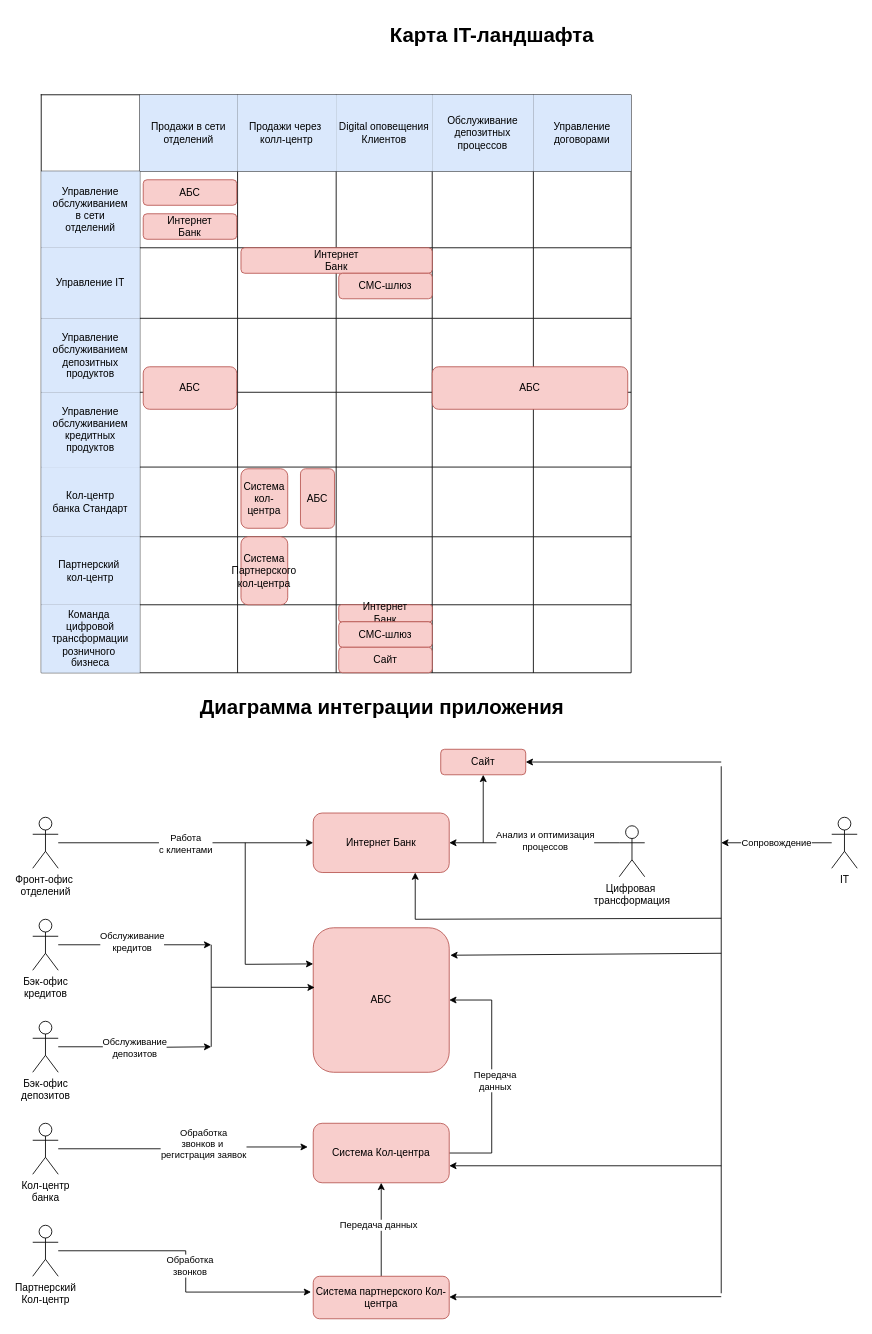
Earlier version of the draw.io diagram task1/itmap.drawio (vladmsnk/architecture-sprint-9). Source tidied: cells renumbered, new cells numbered last; positions are measured from the earlier drawing's top-left corner, leaving out a move shared by most shapes. Both pictures are drawn from the tidied source at 85%, with x=0, y=0 at pixel (32, 18).
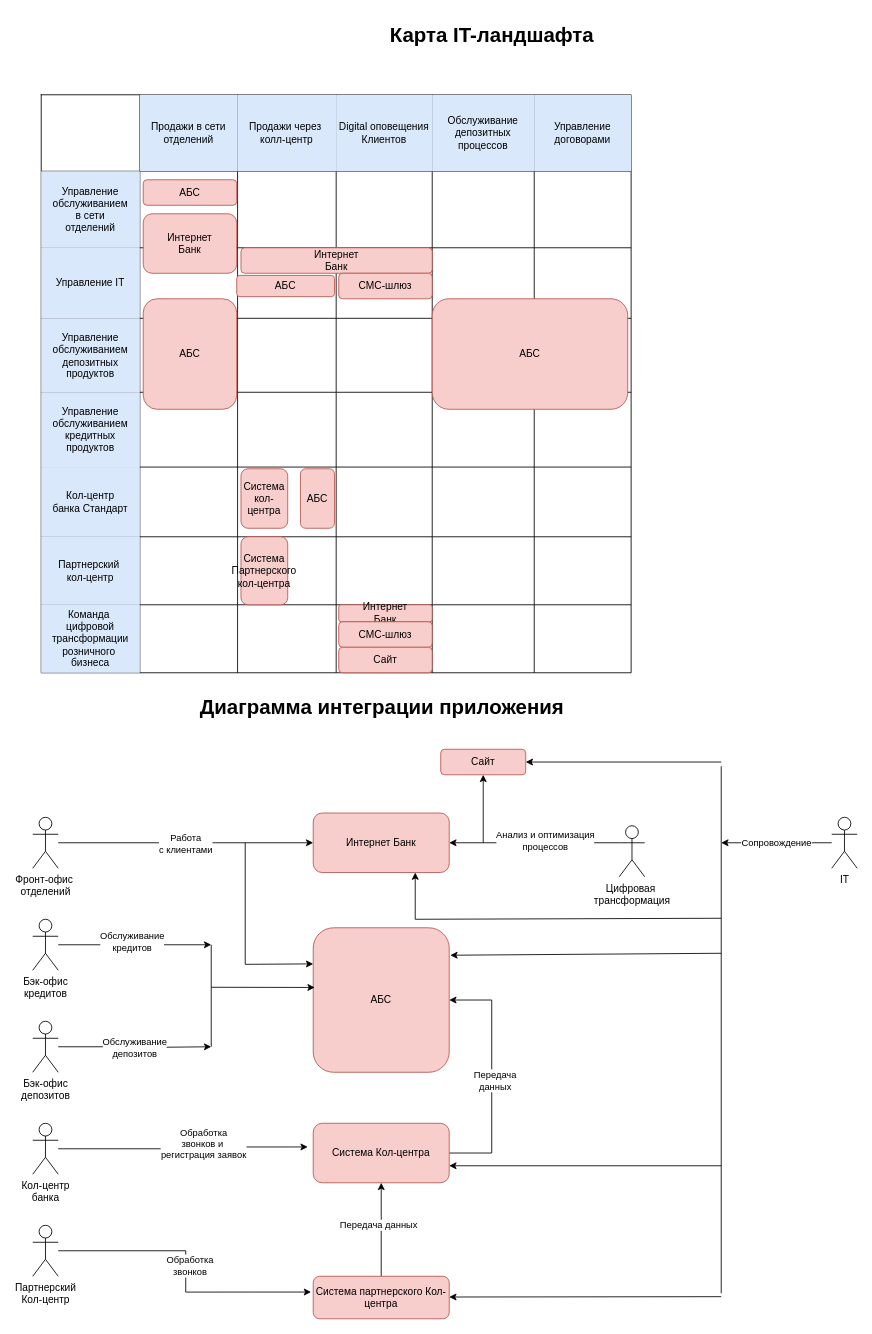
The same page after the edit.

Unchanged cells that the change refers to:
```xml
<mxCell id="4" style="shape=tableRow;horizontal=0;startSize=0;swimlaneHead=0;swimlaneBody=0;strokeColor=inherit;top=0;left=0;bottom=0;right=0;fillColor=none;" parent="3" vertex="1">
  <mxGeometry width="694" height="90" as="geometry" />
</mxCell>
<mxCell id="11" style="shape=tableRow;horizontal=0;startSize=0;swimlaneHead=0;swimlaneBody=0;strokeColor=inherit;top=0;left=0;bottom=0;right=0;fillColor=none;" parent="3" vertex="1">
  <mxGeometry y="90" width="694" height="90" as="geometry" />
</mxCell>
<mxCell id="18" style="shape=tableRow;horizontal=0;startSize=0;swimlaneHead=0;swimlaneBody=0;strokeColor=inherit;top=0;left=0;bottom=0;right=0;fillColor=none;" parent="3" vertex="1">
  <mxGeometry y="180" width="694" height="83" as="geometry" />
</mxCell>
<mxCell id="25" style="shape=tableRow;horizontal=0;startSize=0;swimlaneHead=0;swimlaneBody=0;strokeColor=inherit;top=0;left=0;bottom=0;right=0;fillColor=none;" parent="3" vertex="1">
  <mxGeometry y="263" width="694" height="87" as="geometry" />
</mxCell>
<mxCell id="32" style="shape=tableRow;horizontal=0;startSize=0;swimlaneHead=0;swimlaneBody=0;strokeColor=inherit;top=0;left=0;bottom=0;right=0;fillColor=none;" parent="3" vertex="1">
  <mxGeometry y="350" width="694" height="88" as="geometry" />
</mxCell>
<mxCell id="39" style="shape=tableRow;horizontal=0;startSize=0;swimlaneHead=0;swimlaneBody=0;strokeColor=inherit;top=0;left=0;bottom=0;right=0;fillColor=none;" parent="3" vertex="1">
  <mxGeometry y="438" width="694" height="82" as="geometry" />
</mxCell>
<mxCell id="46" style="shape=tableRow;horizontal=0;startSize=0;swimlaneHead=0;swimlaneBody=0;strokeColor=inherit;top=0;left=0;bottom=0;right=0;fillColor=none;" parent="3" vertex="1">
  <mxGeometry y="520" width="694" height="80" as="geometry" />
</mxCell>
<mxCell id="53" style="shape=tableRow;horizontal=0;startSize=0;swimlaneHead=0;swimlaneBody=0;strokeColor=inherit;top=0;left=0;bottom=0;right=0;fillColor=none;" parent="3" vertex="1">
  <mxGeometry y="600" width="694" height="80" as="geometry" />
</mxCell>
```

What changed in the source:
```diff
@@
     <mxCell id="9" value="Обслуживание&lt;div&gt;депозитных&lt;/div&gt;&lt;div&gt;процессов&lt;/div&gt;" style="shape=partialRectangle;html=1;whiteSpace=wrap;strokeColor=#6c8ebf;overflow=hidden;fillColor=#dae8fc;top=0;left=0;bottom=0;right=0;" parent="4" vertex="1">
-      <mxGeometry x="460" width="119" height="90" as="geometry" />
+      <mxGeometry x="460" width="120" height="90" as="geometry" />
     </mxCell>
     <mxCell id="10" value="Управление&lt;div&gt;договорами&lt;/div&gt;" style="shape=partialRectangle;html=1;whiteSpace=wrap;strokeColor=#6c8ebf;overflow=hidden;fillColor=#dae8fc;top=0;left=0;bottom=0;right=0;" parent="4" vertex="1">
-      <mxGeometry x="579" width="115" height="90" as="geometry" />
+      <mxGeometry x="580" width="114" height="90" as="geometry" />
     </mxCell>
@@
     <mxCell id="16" style="shape=partialRectangle;html=1;whiteSpace=wrap;strokeColor=inherit;overflow=hidden;fillColor=none;top=0;left=0;bottom=0;right=0;" parent="11" vertex="1">
-      <mxGeometry x="460" width="119" height="90" as="geometry" />
+      <mxGeometry x="460" width="120" height="90" as="geometry" />
     </mxCell>
     <mxCell id="17" style="shape=partialRectangle;html=1;whiteSpace=wrap;strokeColor=inherit;overflow=hidden;fillColor=none;top=0;left=0;bottom=0;right=0;" parent="11" vertex="1">
-      <mxGeometry x="579" width="115" height="90" as="geometry" />
+      <mxGeometry x="580" width="114" height="90" as="geometry" />
     </mxCell>
@@
     <mxCell id="23" style="shape=partialRectangle;html=1;whiteSpace=wrap;strokeColor=inherit;overflow=hidden;fillColor=none;top=0;left=0;bottom=0;right=0;" parent="18" vertex="1">
-      <mxGeometry x="460" width="119" height="83" as="geometry" />
+      <mxGeometry x="460" width="120" height="83" as="geometry" />
     </mxCell>
     <mxCell id="24" style="shape=partialRectangle;html=1;whiteSpace=wrap;strokeColor=inherit;overflow=hidden;fillColor=none;top=0;left=0;bottom=0;right=0;" parent="18" vertex="1">
-      <mxGeometry x="579" width="115" height="83" as="geometry" />
+      <mxGeometry x="580" width="114" height="83" as="geometry" />
     </mxCell>
@@
     <mxCell id="30" style="shape=partialRectangle;html=1;whiteSpace=wrap;strokeColor=inherit;overflow=hidden;fillColor=none;top=0;left=0;bottom=0;right=0;" parent="25" vertex="1">
-      <mxGeometry x="460" width="119" height="87" as="geometry" />
+      <mxGeometry x="460" width="120" height="87" as="geometry" />
     </mxCell>
     <mxCell id="31" style="shape=partialRectangle;html=1;whiteSpace=wrap;strokeColor=inherit;overflow=hidden;fillColor=none;top=0;left=0;bottom=0;right=0;" parent="25" vertex="1">
-      <mxGeometry x="579" width="115" height="87" as="geometry" />
+      <mxGeometry x="580" width="114" height="87" as="geometry" />
     </mxCell>
@@
     <mxCell id="37" style="shape=partialRectangle;html=1;whiteSpace=wrap;strokeColor=inherit;overflow=hidden;fillColor=none;top=0;left=0;bottom=0;right=0;" parent="32" vertex="1">
-      <mxGeometry x="460" width="119" height="88" as="geometry" />
+      <mxGeometry x="460" width="120" height="88" as="geometry" />
     </mxCell>
     <mxCell id="38" style="shape=partialRectangle;html=1;whiteSpace=wrap;strokeColor=inherit;overflow=hidden;fillColor=none;top=0;left=0;bottom=0;right=0;" parent="32" vertex="1">
-      <mxGeometry x="579" width="115" height="88" as="geometry" />
+      <mxGeometry x="580" width="114" height="88" as="geometry" />
     </mxCell>
@@
     <mxCell id="44" style="shape=partialRectangle;html=1;whiteSpace=wrap;strokeColor=inherit;overflow=hidden;fillColor=none;top=0;left=0;bottom=0;right=0;" parent="39" vertex="1">
-      <mxGeometry x="460" width="119" height="82" as="geometry" />
+      <mxGeometry x="460" width="120" height="82" as="geometry" />
     </mxCell>
     <mxCell id="45" style="shape=partialRectangle;html=1;whiteSpace=wrap;strokeColor=inherit;overflow=hidden;fillColor=none;top=0;left=0;bottom=0;right=0;" parent="39" vertex="1">
-      <mxGeometry x="579" width="115" height="82" as="geometry" />
+      <mxGeometry x="580" width="114" height="82" as="geometry" />
     </mxCell>
@@
     <mxCell id="51" style="shape=partialRectangle;html=1;whiteSpace=wrap;strokeColor=inherit;overflow=hidden;fillColor=none;top=0;left=0;bottom=0;right=0;" parent="46" vertex="1">
-      <mxGeometry x="460" width="119" height="80" as="geometry" />
+      <mxGeometry x="460" width="120" height="80" as="geometry" />
     </mxCell>
     <mxCell id="52" style="shape=partialRectangle;html=1;whiteSpace=wrap;strokeColor=inherit;overflow=hidden;fillColor=none;top=0;left=0;bottom=0;right=0;" parent="46" vertex="1">
-      <mxGeometry x="579" width="115" height="80" as="geometry" />
+      <mxGeometry x="580" width="114" height="80" as="geometry" />
     </mxCell>
@@
     <mxCell id="58" style="shape=partialRectangle;html=1;whiteSpace=wrap;strokeColor=inherit;overflow=hidden;fillColor=none;top=0;left=0;bottom=0;right=0;" parent="53" vertex="1">
-      <mxGeometry x="460" width="119" height="80" as="geometry" />
+      <mxGeometry x="460" width="120" height="80" as="geometry" />
     </mxCell>
     <mxCell id="59" style="shape=partialRectangle;html=1;whiteSpace=wrap;strokeColor=inherit;overflow=hidden;fillColor=none;top=0;left=0;bottom=0;right=0;" parent="53" vertex="1">
-      <mxGeometry x="579" width="115" height="80" as="geometry" />
+      <mxGeometry x="580" width="114" height="80" as="geometry" />
     </mxCell>
@@
     <mxCell id="61" value="АБС" style="rounded=1;whiteSpace=wrap;html=1;fillColor=#f8cecc;strokeColor=#b85450;" parent="1" vertex="1">
-      <mxGeometry x="130" y="410" width="110" height="50" as="geometry" />
+      <mxGeometry x="130" y="330" width="110" height="130" as="geometry" />
     </mxCell>
@@
     <mxCell id="66" value="АБС" style="rounded=1;whiteSpace=wrap;html=1;fillColor=#f8cecc;strokeColor=#b85450;" parent="1" vertex="1">
-      <mxGeometry x="470" y="410" width="230" height="50" as="geometry" />
+      <mxGeometry x="470" y="330" width="230" height="130" as="geometry" />
     </mxCell>
@@
     <mxCell id="87" value="Интернет&lt;div&gt;Банк&lt;/div&gt;" style="rounded=1;whiteSpace=wrap;html=1;fillColor=#f8cecc;strokeColor=#b85450;" parent="1" vertex="1">
-      <mxGeometry x="130" y="230" width="110" height="30" as="geometry" />
+      <mxGeometry x="130" y="230" width="110" height="70" as="geometry" />
     </mxCell>
@@
+    <mxCell id="111" value="АБС" style="rounded=1;whiteSpace=wrap;html=1;fillColor=#f8cecc;strokeColor=#b85450;" parent="1" vertex="1">
+      <mxGeometry x="240" y="302.5" width="115" height="25" as="geometry" />
+    </mxCell>
```
